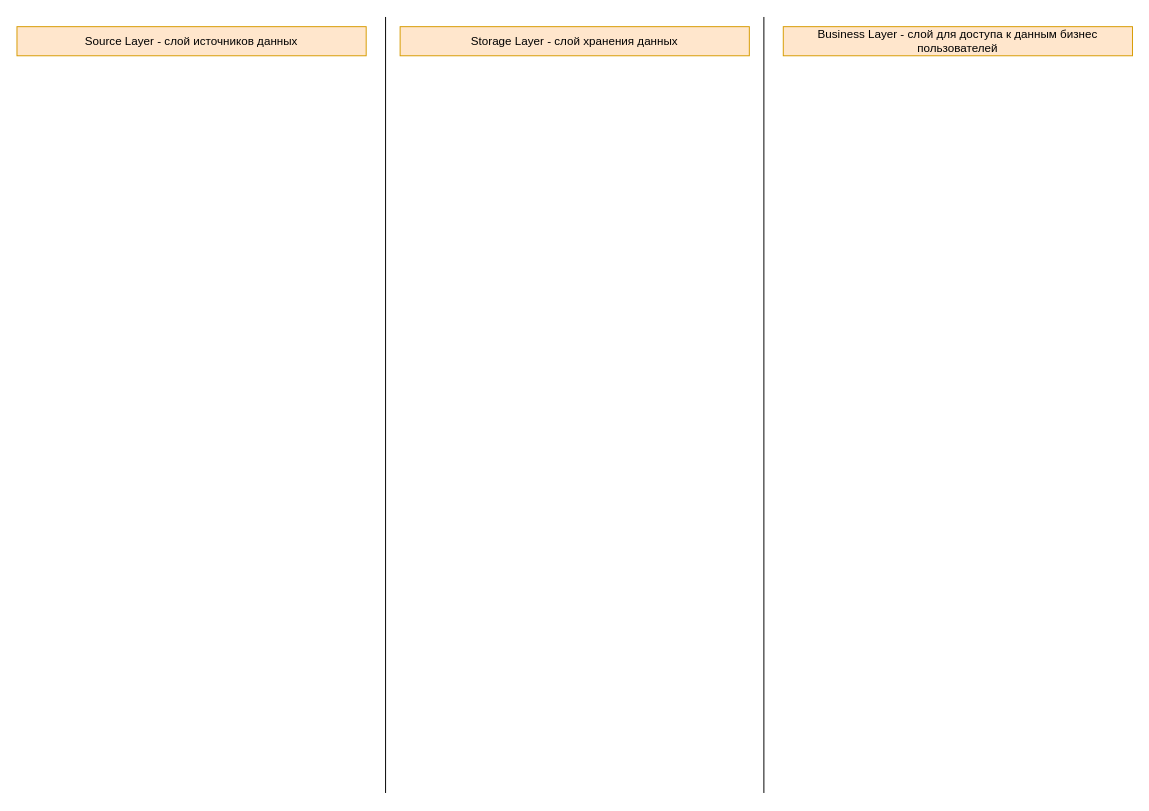
Before: DE-101 Modules/Module01/DE - 101 Lab 1.1/Homework_SAV/20240614_Архитектура_Аналитического_Решения(ШАВ).drawio in Data-Learn/data-engineering, a draw.io diagram. Source tidied: cells renumbered, new cells numbered last; positions are measured from the earlier drawing's top-left corner, leaving out a move shared by most shapes. Both pictures are drawn from the tidied source at 97%, with x=0, y=0 at pixel (16, 16).
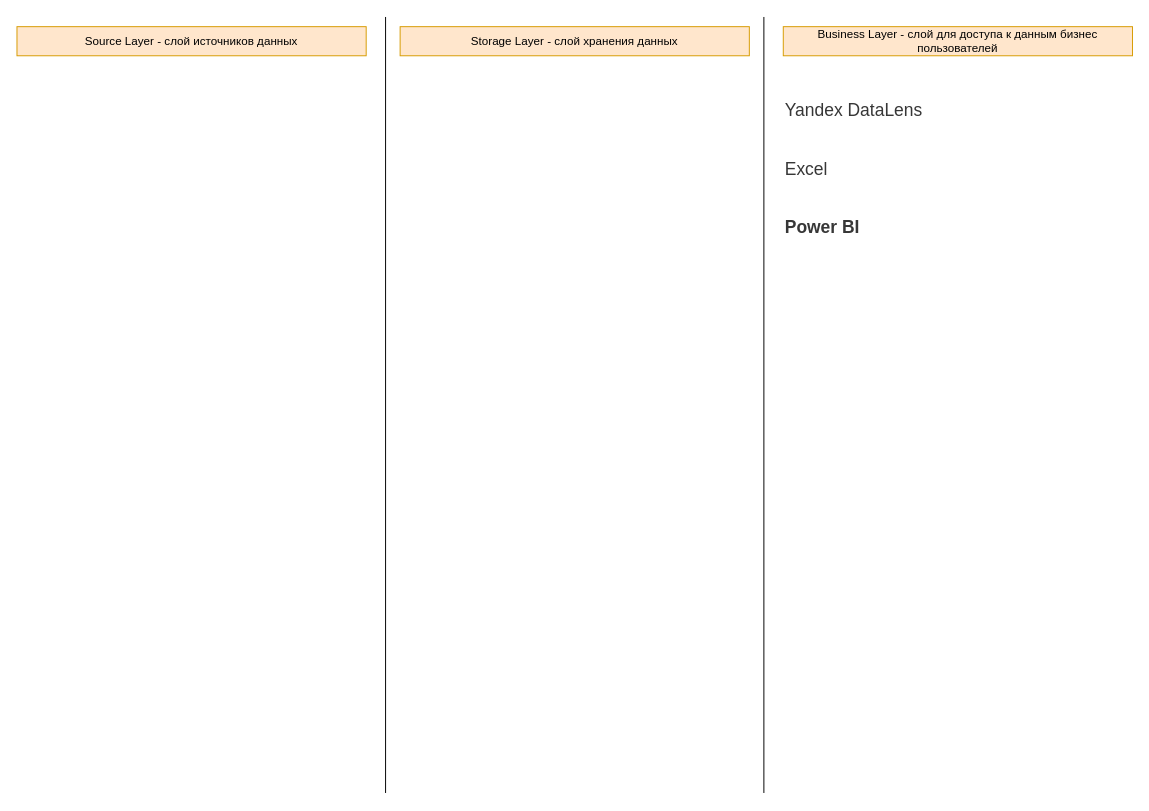
The same page after the edit.

Change to the diagram source:
```diff
@@
 <mxGraphModel>
   <root>
     <mxCell id="0" />
     <mxCell id="1" parent="0" />
     <mxCell id="2" style="endArrow=none;html=1;rounded=0;" parent="1" edge="1">
       <mxGeometry relative="1" as="geometry">
         <mxPoint x="380" y="800" as="sourcePoint" />
         <mxPoint x="380" as="targetPoint" />
       </mxGeometry>
     </mxCell>
     <mxCell id="3" value="Source Layer - слой источников данных" style="text;html=1;align=center;verticalAlign=middle;whiteSpace=wrap;rounded=0;fillColor=#ffe6cc;strokeColor=#d79b00;" parent="1" vertex="1">
       <mxGeometry y="10" width="360" height="30" as="geometry" />
     </mxCell>
     <mxCell id="4" value="&lt;div&gt;Storage Layer - слой хранения данных&lt;/div&gt;" style="text;html=1;align=center;verticalAlign=middle;whiteSpace=wrap;rounded=0;fillColor=#ffe6cc;strokeColor=#d79b00;" parent="1" vertex="1">
       <mxGeometry x="395" y="10" width="360" height="30" as="geometry" />
     </mxCell>
     <mxCell id="5" value="Business Layer - слой для доступа к данным бизнес пользователей" style="text;html=1;align=center;verticalAlign=middle;whiteSpace=wrap;rounded=0;fillColor=#ffe6cc;strokeColor=#d79b00;" parent="1" vertex="1">
       <mxGeometry x="790" y="10" width="360" height="30" as="geometry" />
     </mxCell>
     <mxCell id="6" style="endArrow=none;html=1;rounded=0;" parent="1" edge="1">
       <mxGeometry relative="1" as="geometry">
         <mxPoint x="770" y="800" as="sourcePoint" />
         <mxPoint x="770" as="targetPoint" />
       </mxGeometry>
     </mxCell>
+    <mxCell id="7" value="&lt;span style=&quot;color: rgb(55, 55, 55); font-family: Jost, sans-serif; font-size: 18px; font-style: normal; font-variant-ligatures: normal; font-variant-caps: normal; font-weight: 400; letter-spacing: normal; orphans: 2; text-align: start; text-indent: 0px; text-transform: none; widows: 2; word-spacing: 0px; -webkit-text-stroke-width: 0px; white-space: normal; background-color: rgb(255, 255, 255); text-decoration-thickness: initial; text-decoration-style: initial; text-decoration-color: initial; display: inline !important; float: none;&quot;&gt;Yandex DataLens&lt;/span&gt;" style="text;whiteSpace=wrap;html=1;" parent="1" vertex="1">
+      <mxGeometry x="790" y="80" width="320" height="50" as="geometry" />
+    </mxCell>
+    <mxCell id="8" value="&lt;span style=&quot;color: rgb(55, 55, 55); font-family: Jost, sans-serif; font-size: 18px; font-style: normal; font-variant-ligatures: normal; font-variant-caps: normal; font-weight: 400; letter-spacing: normal; orphans: 2; text-align: start; text-indent: 0px; text-transform: none; widows: 2; word-spacing: 0px; -webkit-text-stroke-width: 0px; white-space: normal; background-color: rgb(255, 255, 255); text-decoration-thickness: initial; text-decoration-style: initial; text-decoration-color: initial; display: inline !important; float: none;&quot;&gt;Excel&lt;/span&gt;" style="text;whiteSpace=wrap;html=1;" parent="1" vertex="1">
+      <mxGeometry x="790" y="140" width="320" height="50" as="geometry" />
+    </mxCell>
+    <mxCell id="9" value="&lt;b style=&quot;box-sizing: inherit; font-weight: 600; color: rgb(55, 55, 55); font-family: Jost, sans-serif; font-size: 18px; font-style: normal; font-variant-ligatures: normal; font-variant-caps: normal; letter-spacing: normal; orphans: 2; text-align: start; text-indent: 0px; text-transform: none; widows: 2; word-spacing: 0px; -webkit-text-stroke-width: 0px; white-space: normal; background-color: rgb(255, 255, 255); text-decoration-thickness: initial; text-decoration-style: initial; text-decoration-color: initial;&quot;&gt;Power BI&lt;/b&gt;" style="text;whiteSpace=wrap;html=1;" parent="1" vertex="1">
+      <mxGeometry x="790" y="200" width="110" height="50" as="geometry" />
+    </mxCell>
   </root>
 </mxGraphModel>
```
